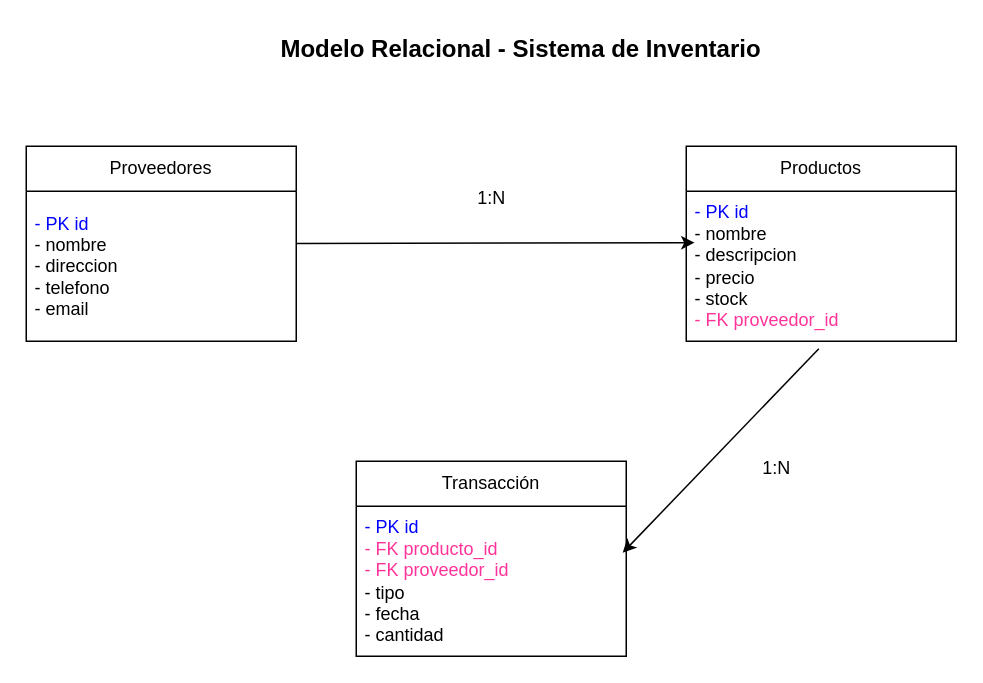
too0oori/Evaluacion_Modulo_5 keeps this draw.io diagram as relacional.drawio. Above is the earlier version. Source tidied: cells renumbered, new cells numbered last; positions are measured from the earlier drawing's top-left corner, leaving out a move shared by most shapes. Both pictures are drawn from the tidied source at 150%, with x=0, y=0 at pixel (26, 26).
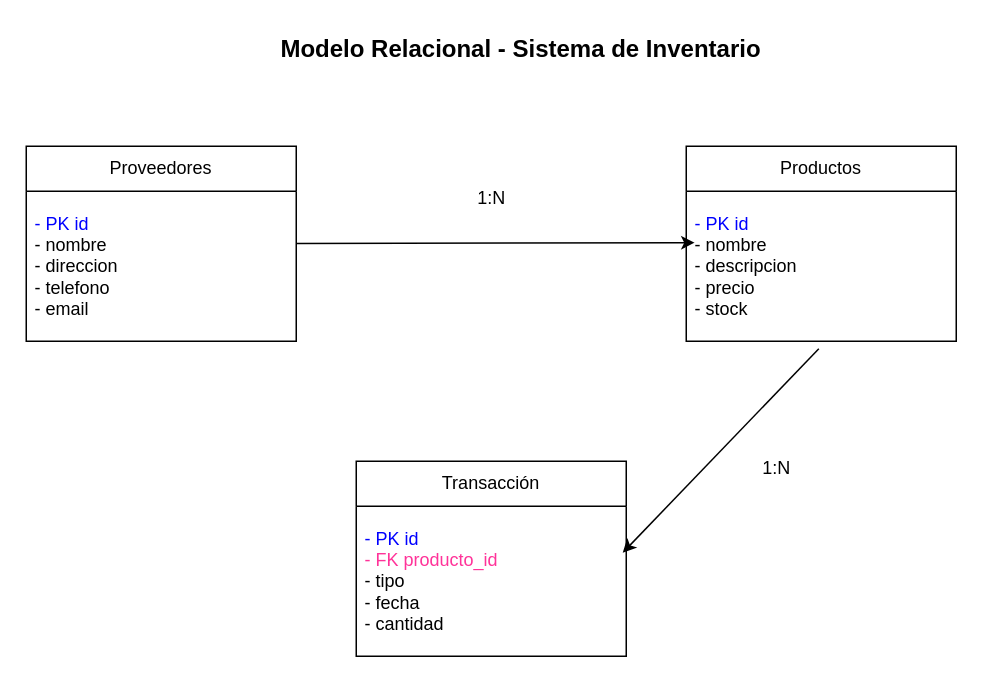
After the change.

Commit message (it also covers changes not shown here):
correccion modelos erd y relacional, se elimina proveedor_id en transaccion

Change to the diagram source:
```diff
@@
 <mxGraphModel>
   <root>
     <mxCell id="0" />
     <mxCell id="1" parent="0" />
     <mxCell id="2" value="Modelo Relacional - Sistema de Inventario" style="text;html=1;strokeColor=none;fillColor=none;align=center;verticalAlign=middle;whiteSpace=wrap;rounded=0;fontSize=16;fontStyle=1;" parent="1" vertex="1">
       <mxGeometry x="130" width="400" height="30" as="geometry" />
     </mxCell>
     <mxCell id="3" style="ellipse;whiteSpace=wrap;html=1;fillColor=none;strokeColor=none;" parent="1" vertex="1">
       <mxGeometry x="417" y="55" width="6" height="6" as="geometry" />
     </mxCell>
     <mxCell id="4" style="ellipse;whiteSpace=wrap;html=1;fillColor=none;strokeColor=none;" parent="1" vertex="1">
       <mxGeometry x="417" y="55" width="6" height="6" as="geometry" />
     </mxCell>
     <mxCell id="5" style="edgeStyle=none;html=1;entryX=0.031;entryY=0.343;entryDx=0;entryDy=0;entryPerimeter=0;" parent="1" edge="1" source="6" target="9">
       <mxGeometry relative="1" as="geometry" />
     </mxCell>
     <mxCell id="6" value="Proveedores" style="swimlane;fontStyle=0;horizontal=1;startSize=30;whiteSpace=wrap;html=1;" parent="1" vertex="1">
       <mxGeometry y="80" width="180" height="130" as="geometry" />
     </mxCell>
     <mxCell id="7" value="&lt;font&gt;&lt;font style=&quot;color: rgb(0, 0, 255);&quot;&gt;- PK id&lt;/font&gt;&lt;br style=&quot;scrollbar-color: rgb(226, 226, 226) rgb(251, 251, 251);&quot;&gt;&lt;/font&gt;&lt;span style=&quot;color: rgb(0, 0, 0);&quot;&gt;- nombre&lt;/span&gt;&lt;br style=&quot;color: rgb(63, 63, 63); scrollbar-color: rgb(226, 226, 226) rgb(251, 251, 251);&quot;&gt;&lt;span style=&quot;color: rgb(0, 0, 0);&quot;&gt;- direccion&lt;/span&gt;&lt;br style=&quot;color: rgb(63, 63, 63); scrollbar-color: rgb(226, 226, 226) rgb(251, 251, 251);&quot;&gt;&lt;span style=&quot;color: rgb(0, 0, 0);&quot;&gt;- telefono&lt;/span&gt;&lt;br style=&quot;color: rgb(63, 63, 63); scrollbar-color: rgb(226, 226, 226) rgb(251, 251, 251);&quot;&gt;&lt;span style=&quot;color: rgb(0, 0, 0);&quot;&gt;- email&lt;/span&gt;" style="text;strokeColor=none;fillColor=none;align=left;verticalAlign=middle;spacingLeft=4;spacingRight=4;overflow=hidden;whiteSpace=wrap;html=1;" parent="6" vertex="1">
       <mxGeometry y="30" width="180" height="100" as="geometry" />
     </mxCell>
     <mxCell id="8" value="Productos" style="swimlane;fontStyle=0;horizontal=1;startSize=30;whiteSpace=wrap;html=1;" parent="1" vertex="1">
       <mxGeometry x="440" y="80" width="180" height="130" as="geometry" />
     </mxCell>
-    <mxCell id="9" value="&lt;font&gt;&lt;span&gt;&lt;font style=&quot;color: rgb(0, 0, 255);&quot;&gt;- PK id&lt;/font&gt;&lt;/span&gt;&lt;br style=&quot;scrollbar-color: rgb(226, 226, 226) rgb(251, 251, 251); color: rgb(63, 63, 63);&quot;&gt;&lt;/font&gt;&lt;span style=&quot;color: rgb(0, 0, 0);&quot;&gt;- nombre&lt;/span&gt;&lt;br style=&quot;color: rgb(63, 63, 63); scrollbar-color: rgb(226, 226, 226) rgb(251, 251, 251);&quot;&gt;&lt;span style=&quot;color: rgb(0, 0, 0);&quot;&gt;- descripcion&lt;/span&gt;&lt;div&gt;&lt;span style=&quot;color: rgb(0, 0, 0);&quot;&gt;- precio&lt;/span&gt;&lt;/div&gt;&lt;div&gt;&lt;span style=&quot;color: rgb(0, 0, 0);&quot;&gt;- stock&lt;/span&gt;&lt;/div&gt;&lt;div&gt;&lt;span&gt;&lt;font style=&quot;color: rgb(255, 51, 153);&quot;&gt;- FK proveedor_id&lt;/font&gt;&lt;/span&gt;&lt;/div&gt;" style="text;strokeColor=none;fillColor=none;align=left;verticalAlign=middle;spacingLeft=4;spacingRight=4;overflow=hidden;points=[[0,0.5],[1,0.5]];portConstraint=eastwest;whiteSpace=wrap;html=1;" parent="8" vertex="1">
+    <mxCell id="9" value="&lt;font&gt;&lt;span&gt;&lt;font style=&quot;color: rgb(0, 0, 255);&quot;&gt;- PK id&lt;/font&gt;&lt;/span&gt;&lt;br style=&quot;scrollbar-color: rgb(226, 226, 226) rgb(251, 251, 251); color: rgb(63, 63, 63);&quot;&gt;&lt;/font&gt;&lt;span style=&quot;color: rgb(0, 0, 0);&quot;&gt;- nombre&lt;/span&gt;&lt;br style=&quot;color: rgb(63, 63, 63); scrollbar-color: rgb(226, 226, 226) rgb(251, 251, 251);&quot;&gt;&lt;span style=&quot;color: rgb(0, 0, 0);&quot;&gt;- descripcion&lt;/span&gt;&lt;div&gt;&lt;span style=&quot;color: rgb(0, 0, 0);&quot;&gt;- precio&lt;/span&gt;&lt;/div&gt;&lt;div&gt;&lt;span style=&quot;color: rgb(0, 0, 0);&quot;&gt;- stock&lt;/span&gt;&lt;/div&gt;" style="text;strokeColor=none;fillColor=none;align=left;verticalAlign=middle;spacingLeft=4;spacingRight=4;overflow=hidden;points=[[0,0.5],[1,0.5]];portConstraint=eastwest;whiteSpace=wrap;html=1;" parent="8" vertex="1">
       <mxGeometry y="30" width="180" height="100" as="geometry" />
     </mxCell>
     <mxCell id="10" value="1:N" style="text;html=1;align=center;verticalAlign=middle;strokeColor=none;fillColor=none;" parent="1" vertex="1">
       <mxGeometry x="290" y="100" width="40" height="30" as="geometry" />
     </mxCell>
     <mxCell id="11" value="Transacción" style="swimlane;fontStyle=0;horizontal=1;startSize=30;whiteSpace=wrap;html=1;" parent="1" vertex="1">
       <mxGeometry x="220" y="290" width="180" height="130" as="geometry" />
     </mxCell>
-    <mxCell id="12" value="&lt;font&gt;&lt;span&gt;&lt;font style=&quot;color: rgb(0, 0, 255);&quot;&gt;- PK id&lt;/font&gt;&lt;/span&gt;&lt;br style=&quot;scrollbar-color: rgb(226, 226, 226) rgb(251, 251, 251); color: rgb(63, 63, 63);&quot;&gt;&lt;/font&gt;&lt;span&gt;&lt;font style=&quot;color: rgb(255, 51, 153);&quot;&gt;- FK producto_id&lt;/font&gt;&lt;/span&gt;&lt;div&gt;&lt;span style=&quot;color: rgb(0, 0, 0);&quot;&gt;&lt;font style=&quot;color: rgb(255, 51, 153);&quot;&gt;- FK proveedor_id&lt;/font&gt;&lt;/span&gt;&lt;/div&gt;&lt;div&gt;&lt;span style=&quot;color: rgb(0, 0, 0);&quot;&gt;- tipo&lt;/span&gt;&lt;/div&gt;&lt;div&gt;&lt;span style=&quot;color: rgb(0, 0, 0);&quot;&gt;- fecha&lt;/span&gt;&lt;/div&gt;&lt;div&gt;&lt;span style=&quot;color: rgb(0, 0, 0);&quot;&gt;- cantidad&lt;/span&gt;&lt;/div&gt;" style="text;strokeColor=none;fillColor=none;align=left;verticalAlign=middle;spacingLeft=4;spacingRight=4;overflow=hidden;points=[[0,0.5],[1,0.5]];portConstraint=eastwest;whiteSpace=wrap;html=1;" parent="11" vertex="1">
+    <mxCell id="12" value="&lt;font&gt;&lt;span&gt;&lt;font style=&quot;color: rgb(0, 0, 255);&quot;&gt;- PK id&lt;/font&gt;&lt;/span&gt;&lt;br style=&quot;scrollbar-color: rgb(226, 226, 226) rgb(251, 251, 251); color: rgb(63, 63, 63);&quot;&gt;&lt;/font&gt;&lt;span&gt;&lt;font style=&quot;color: rgb(255, 51, 153);&quot;&gt;- FK producto_id&lt;/font&gt;&lt;/span&gt;&lt;div&gt;&lt;span style=&quot;color: rgb(0, 0, 0);&quot;&gt;- tipo&lt;/span&gt;&lt;/div&gt;&lt;div&gt;&lt;span style=&quot;color: rgb(0, 0, 0);&quot;&gt;- fecha&lt;/span&gt;&lt;/div&gt;&lt;div&gt;&lt;span style=&quot;color: rgb(0, 0, 0);&quot;&gt;- cantidad&lt;/span&gt;&lt;/div&gt;" style="text;strokeColor=none;fillColor=none;align=left;verticalAlign=middle;spacingLeft=4;spacingRight=4;overflow=hidden;points=[[0,0.5],[1,0.5]];portConstraint=eastwest;whiteSpace=wrap;html=1;" parent="11" vertex="1">
       <mxGeometry y="30" width="180" height="100" as="geometry" />
     </mxCell>
     <mxCell id="13" style="edgeStyle=none;html=1;entryX=0.987;entryY=0.31;entryDx=0;entryDy=0;entryPerimeter=0;exitX=0.491;exitY=1.05;exitDx=0;exitDy=0;exitPerimeter=0;" parent="1" edge="1" source="9" target="12">
       <mxGeometry relative="1" as="geometry" />
     </mxCell>
     <mxCell id="14" value="1:N" style="text;html=1;align=center;verticalAlign=middle;strokeColor=none;fillColor=none;" parent="1" vertex="1">
       <mxGeometry x="480" y="280" width="40" height="30" as="geometry" />
     </mxCell>
   </root>
 </mxGraphModel>
```
